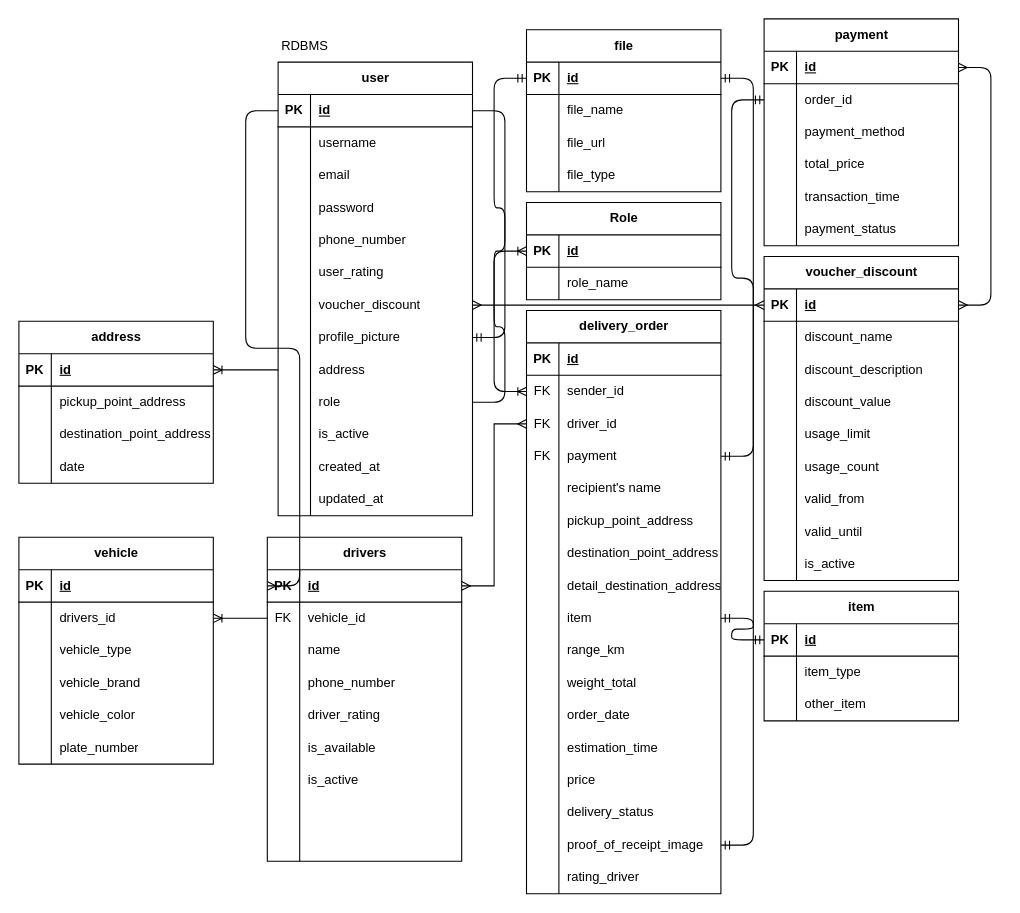
Before: starspace/Untitled Diagram.drawio in DemoNicky/technical-test, a draw.io diagram. Source tidied: cells renumbered, new cells numbered last; positions are measured from the earlier drawing's top-left corner, leaving out a move shared by most shapes. Both pictures are drawn from the tidied source at 108%, with x=0, y=0 at pixel (18, 18).
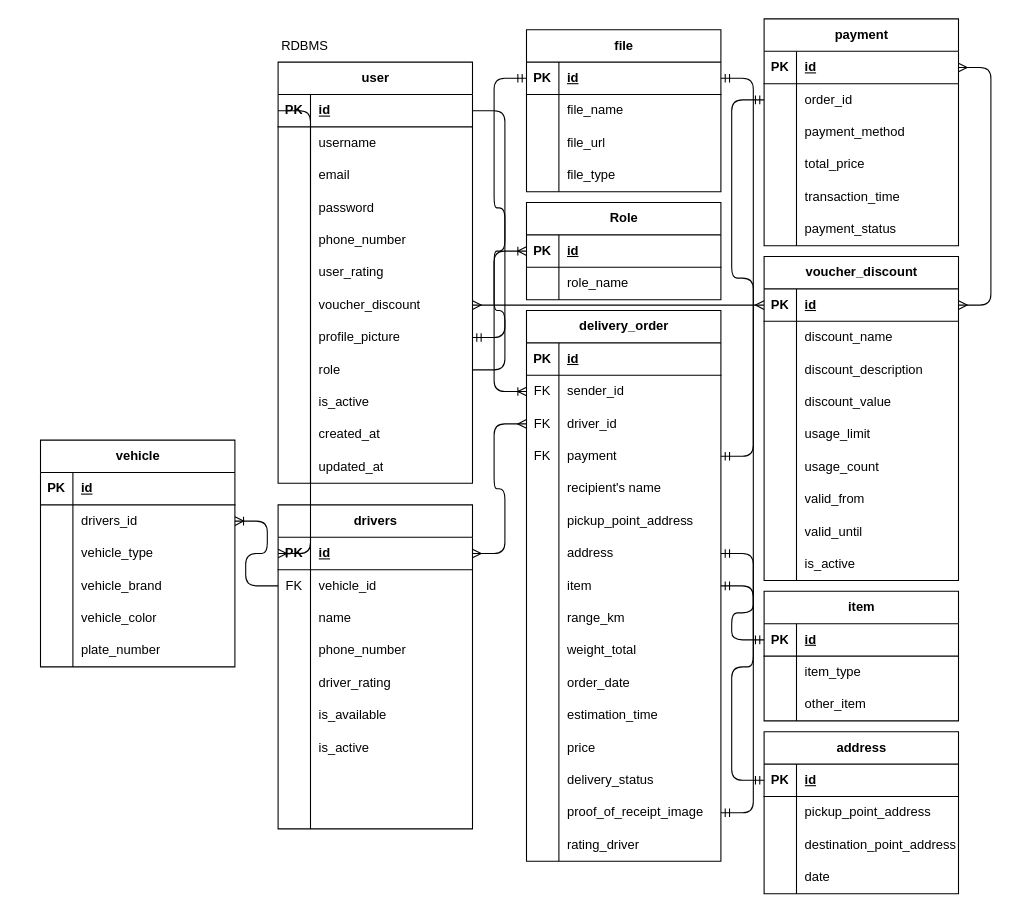
The same diagram, later.

Unchanged cells that the change refers to:
```xml
<mxCell id="44" style="shape=tableRow;horizontal=0;startSize=0;swimlaneHead=0;swimlaneBody=0;fillColor=none;points=[[0,0.5],[1,0.5]];portConstraint=eastwest;top=0;left=0;right=0;bottom=1;" parent="43" vertex="1">
  <mxGeometry y="30" width="180" height="30" as="geometry" />
</mxCell>
<mxCell id="47" style="shape=tableRow;horizontal=0;startSize=0;swimlaneHead=0;swimlaneBody=0;fillColor=none;points=[[0,0.5],[1,0.5]];portConstraint=eastwest;top=0;left=0;right=0;bottom=0;" parent="43" vertex="1">
  <mxGeometry y="60" width="180" height="30" as="geometry" />
</mxCell>
<mxCell id="75" style="shape=tableRow;horizontal=0;startSize=0;swimlaneHead=0;swimlaneBody=0;fillColor=none;points=[[0,0.5],[1,0.5]];portConstraint=eastwest;top=0;left=0;right=0;bottom=0;" parent="71" vertex="1">
  <mxGeometry y="60" width="180" height="30" as="geometry" />
</mxCell>
<mxCell id="98" style="shape=tableRow;horizontal=0;startSize=0;swimlaneHead=0;swimlaneBody=0;fillColor=none;points=[[0,0.5],[1,0.5]];portConstraint=eastwest;top=0;left=0;right=0;bottom=1;" parent="97" vertex="1">
  <mxGeometry y="30" width="180" height="30" as="geometry" />
</mxCell>
<mxCell id="117" style="shape=tableRow;horizontal=0;startSize=0;swimlaneHead=0;swimlaneBody=0;fillColor=none;points=[[0,0.5],[1,0.5]];portConstraint=eastwest;top=0;left=0;right=0;bottom=0;" parent="110" vertex="1">
  <mxGeometry y="90" width="180" height="30" as="geometry" />
</mxCell>
<mxCell id="129" style="shape=tableRow;horizontal=0;startSize=0;swimlaneHead=0;swimlaneBody=0;fillColor=none;points=[[0,0.5],[1,0.5]];portConstraint=eastwest;top=0;left=0;right=0;bottom=0;" parent="110" vertex="1">
  <mxGeometry y="210" width="180" height="30" as="geometry" />
</mxCell>
```

Diff of the diagram source:
```diff
@@
     <mxCell id="3" value="user" style="shape=table;startSize=30;childLayout=tableLayout;rowLines=0;fontStyle=1;align=center;html=1;" parent="1" vertex="1">
-      <mxGeometry x="240" y="40" width="180" height="420" as="geometry" />
+      <mxGeometry x="240" y="40" width="180" height="390" as="geometry" />
     </mxCell>
@@
-    <mxCell id="28" style="shape=tableRow;horizontal=0;startSize=0;swimlaneHead=0;swimlaneBody=0;fillColor=none;points=[[0,0.5],[1,0.5]];portConstraint=eastwest;top=0;left=0;right=0;bottom=0;" parent="3" vertex="1">
-      <mxGeometry y="270" width="180" height="30" as="geometry" />
-    </mxCell>
-    <mxCell id="29" style="shape=partialRectangle;fillColor=none;top=0;left=0;bottom=0;right=0;overflow=hidden;whiteSpace=wrap;html=1;" parent="28" vertex="1">
-      <mxGeometry width="30" height="30" as="geometry" />
-    </mxCell>
-    <mxCell id="30" value="address" style="shape=partialRectangle;fillColor=none;top=0;left=0;bottom=0;right=0;align=left;spacingLeft=6;overflow=hidden;whiteSpace=wrap;html=1;" parent="28" vertex="1">
-      <mxGeometry x="30" width="150" height="30" as="geometry" />
-    </mxCell>
     <mxCell id="31" style="shape=tableRow;horizontal=0;startSize=0;swimlaneHead=0;swimlaneBody=0;fillColor=none;points=[[0,0.5],[1,0.5]];portConstraint=eastwest;top=0;left=0;right=0;bottom=0;" parent="3" vertex="1">
-      <mxGeometry y="300" width="180" height="30" as="geometry" />
+      <mxGeometry y="270" width="180" height="30" as="geometry" />
     </mxCell>
@@
     <mxCell id="34" style="shape=tableRow;horizontal=0;startSize=0;swimlaneHead=0;swimlaneBody=0;fillColor=none;top=0;left=0;right=0;bottom=0;" parent="3" vertex="1">
-      <mxGeometry y="330" width="180" height="30" as="geometry" />
+      <mxGeometry y="300" width="180" height="30" as="geometry" />
     </mxCell>
@@
     <mxCell id="37" style="shape=tableRow;horizontal=0;startSize=0;swimlaneHead=0;swimlaneBody=0;fillColor=none;top=0;left=0;right=0;bottom=0;" parent="3" vertex="1">
-      <mxGeometry y="360" width="180" height="30" as="geometry" />
+      <mxGeometry y="330" width="180" height="30" as="geometry" />
     </mxCell>
@@
     <mxCell id="40" style="shape=tableRow;horizontal=0;startSize=0;swimlaneHead=0;swimlaneBody=0;fillColor=none;top=0;left=0;right=0;bottom=0;" parent="3" vertex="1">
-      <mxGeometry y="390" width="180" height="30" as="geometry" />
+      <mxGeometry y="360" width="180" height="30" as="geometry" />
     </mxCell>
@@
     <mxCell id="43" value="drivers" style="shape=table;startSize=30;childLayout=tableLayout;rowLines=0;fontStyle=1;align=center;html=1;" parent="1" vertex="1">
-      <mxGeometry x="230" y="480" width="180" height="300" as="geometry" />
+      <mxGeometry x="240" y="450" width="180" height="300" as="geometry" />
     </mxCell>
@@
     <mxCell id="71" value="vehicle" style="shape=table;startSize=30;childLayout=tableLayout;rowLines=0;fontStyle=1;align=center;html=1;" parent="1" vertex="1">
-      <mxGeometry y="480" width="180" height="210" as="geometry" />
+      <mxGeometry x="20" y="390" width="180" height="210" as="geometry" />
     </mxCell>
@@
     <mxCell id="97" value="address" style="shape=table;startSize=30;childLayout=tableLayout;rowLines=0;fontStyle=1;align=center;html=1;" parent="1" vertex="1">
-      <mxGeometry y="280" width="180" height="150" as="geometry" />
+      <mxGeometry x="690" y="660" width="180" height="150" as="geometry" />
     </mxCell>
@@
     <mxCell id="110" value="delivery_order" style="shape=table;startSize=30;childLayout=tableLayout;rowLines=0;fontStyle=1;align=center;html=1;" parent="1" vertex="1">
-      <mxGeometry x="470" y="270" width="180" height="540" as="geometry" />
+      <mxGeometry x="470" y="270" width="180" height="510" as="geometry" />
     </mxCell>
@@
-    <mxCell id="131" value="destination_point_address" style="shape=partialRectangle;fillColor=none;top=0;left=0;bottom=0;right=0;align=left;spacingLeft=6;overflow=hidden;whiteSpace=wrap;html=1;" parent="129" vertex="1">
+    <mxCell id="131" value="address" style="shape=partialRectangle;fillColor=none;top=0;left=0;bottom=0;right=0;align=left;spacingLeft=6;overflow=hidden;whiteSpace=wrap;html=1;" parent="129" vertex="1">
       <mxGeometry x="30" width="150" height="30" as="geometry" />
     </mxCell>
-    <mxCell id="132" style="shape=tableRow;horizontal=0;startSize=0;swimlaneHead=0;swimlaneBody=0;fillColor=none;top=0;left=0;right=0;bottom=0;" parent="110" vertex="1">
-      <mxGeometry y="240" width="180" height="30" as="geometry" />
-    </mxCell>
-    <mxCell id="133" style="shape=partialRectangle;fillColor=none;top=0;left=0;bottom=0;right=0;overflow=hidden;whiteSpace=wrap;html=1;" parent="132" vertex="1">
-      <mxGeometry width="30" height="30" as="geometry" />
-    </mxCell>
-    <mxCell id="134" value="detail_destination_address" style="shape=partialRectangle;fillColor=none;top=0;left=0;bottom=0;right=0;align=left;spacingLeft=6;overflow=hidden;whiteSpace=wrap;html=1;" parent="132" vertex="1">
-      <mxGeometry x="30" width="150" height="30" as="geometry" />
-    </mxCell>
     <mxCell id="135" style="shape=tableRow;horizontal=0;startSize=0;swimlaneHead=0;swimlaneBody=0;fillColor=none;points=[[0,0.5],[1,0.5]];portConstraint=eastwest;top=0;left=0;right=0;bottom=0;" parent="110" vertex="1">
-      <mxGeometry y="270" width="180" height="30" as="geometry" />
+      <mxGeometry y="240" width="180" height="30" as="geometry" />
     </mxCell>
@@
     <mxCell id="138" style="shape=tableRow;horizontal=0;startSize=0;swimlaneHead=0;swimlaneBody=0;fillColor=none;top=0;left=0;right=0;bottom=0;" parent="110" vertex="1">
-      <mxGeometry y="300" width="180" height="30" as="geometry" />
+      <mxGeometry y="270" width="180" height="30" as="geometry" />
     </mxCell>
@@
     <mxCell id="141" style="shape=tableRow;horizontal=0;startSize=0;swimlaneHead=0;swimlaneBody=0;fillColor=none;top=0;left=0;right=0;bottom=0;" parent="110" vertex="1">
-      <mxGeometry y="330" width="180" height="30" as="geometry" />
+      <mxGeometry y="300" width="180" height="30" as="geometry" />
     </mxCell>
@@
     <mxCell id="144" style="shape=tableRow;horizontal=0;startSize=0;swimlaneHead=0;swimlaneBody=0;fillColor=none;top=0;left=0;right=0;bottom=0;" parent="110" vertex="1">
-      <mxGeometry y="360" width="180" height="30" as="geometry" />
+      <mxGeometry y="330" width="180" height="30" as="geometry" />
     </mxCell>
@@
     <mxCell id="147" style="shape=tableRow;horizontal=0;startSize=0;swimlaneHead=0;swimlaneBody=0;fillColor=none;top=0;left=0;right=0;bottom=0;" parent="110" vertex="1">
-      <mxGeometry y="390" width="180" height="30" as="geometry" />
+      <mxGeometry y="360" width="180" height="30" as="geometry" />
     </mxCell>
@@
     <mxCell id="150" style="shape=tableRow;horizontal=0;startSize=0;swimlaneHead=0;swimlaneBody=0;fillColor=none;top=0;left=0;right=0;bottom=0;" parent="110" vertex="1">
-      <mxGeometry y="420" width="180" height="30" as="geometry" />
+      <mxGeometry y="390" width="180" height="30" as="geometry" />
     </mxCell>
@@
     <mxCell id="153" style="shape=tableRow;horizontal=0;startSize=0;swimlaneHead=0;swimlaneBody=0;fillColor=none;top=0;left=0;right=0;bottom=0;" parent="110" vertex="1">
-      <mxGeometry y="450" width="180" height="30" as="geometry" />
+      <mxGeometry y="420" width="180" height="30" as="geometry" />
     </mxCell>
@@
     <mxCell id="156" style="shape=tableRow;horizontal=0;startSize=0;swimlaneHead=0;swimlaneBody=0;fillColor=none;points=[[0,0.5],[1,0.5]];portConstraint=eastwest;top=0;left=0;right=0;bottom=0;" parent="110" vertex="1">
-      <mxGeometry y="480" width="180" height="30" as="geometry" />
+      <mxGeometry y="450" width="180" height="30" as="geometry" />
     </mxCell>
@@
     <mxCell id="159" style="shape=tableRow;horizontal=0;startSize=0;swimlaneHead=0;swimlaneBody=0;fillColor=none;top=0;left=0;right=0;bottom=0;" parent="110" vertex="1">
-      <mxGeometry y="510" width="180" height="30" as="geometry" />
+      <mxGeometry y="480" width="180" height="30" as="geometry" />
     </mxCell>
@@
-    <mxCell id="229" style="edgeStyle=entityRelationEdgeStyle;fontSize=12;html=1;endArrow=ERoneToMany;rounded=0;exitX=0;exitY=0.5;exitDx=0;exitDy=0;" parent="1" edge="1" source="47" target="75">
+    <mxCell id="229" style="edgeStyle=entityRelationEdgeStyle;fontSize=12;html=1;endArrow=ERoneToMany;rounded=1;exitX=0;exitY=0.5;exitDx=0;exitDy=0;curved=0;" parent="1" edge="1" source="47" target="75">
       <mxGeometry relative="1" as="geometry" />
     </mxCell>
-    <mxCell id="230" style="edgeStyle=entityRelationEdgeStyle;fontSize=12;html=1;endArrow=ERoneToMany;rounded=1;curved=0;exitX=0;exitY=0.5;exitDx=0;exitDy=0;" parent="1" edge="1" source="28" target="98">
-      <mxGeometry relative="1" as="geometry">
-        <Array as="points">
-          <mxPoint x="240" y="280" />
-        </Array>
-      </mxGeometry>
-    </mxCell>
-    <mxCell id="231" style="edgeStyle=entityRelationEdgeStyle;fontSize=12;html=1;endArrow=ERmany;startArrow=ERmany;rounded=0;exitX=1;exitY=0.5;exitDx=0;exitDy=0;entryX=0;entryY=0.5;entryDx=0;entryDy=0;" parent="1" edge="1" source="44" target="117">
+    <mxCell id="231" style="edgeStyle=entityRelationEdgeStyle;fontSize=12;html=1;endArrow=ERmany;startArrow=ERmany;rounded=1;exitX=1;exitY=0.5;exitDx=0;exitDy=0;entryX=0;entryY=0.5;entryDx=0;entryDy=0;curved=0;" parent="1" edge="1" source="44" target="117">
       <mxGeometry relative="1" as="geometry" />
     </mxCell>
@@
+    <mxCell id="244" style="edgeStyle=entityRelationEdgeStyle;fontSize=12;html=1;endArrow=ERmandOne;startArrow=ERmandOne;rounded=1;entryX=1;entryY=0.5;entryDx=0;entryDy=0;exitX=0;exitY=0.5;exitDx=0;exitDy=0;curved=0;" parent="1" edge="1" source="98" target="129">
+      <mxGeometry relative="1" as="geometry" />
+    </mxCell>
```
